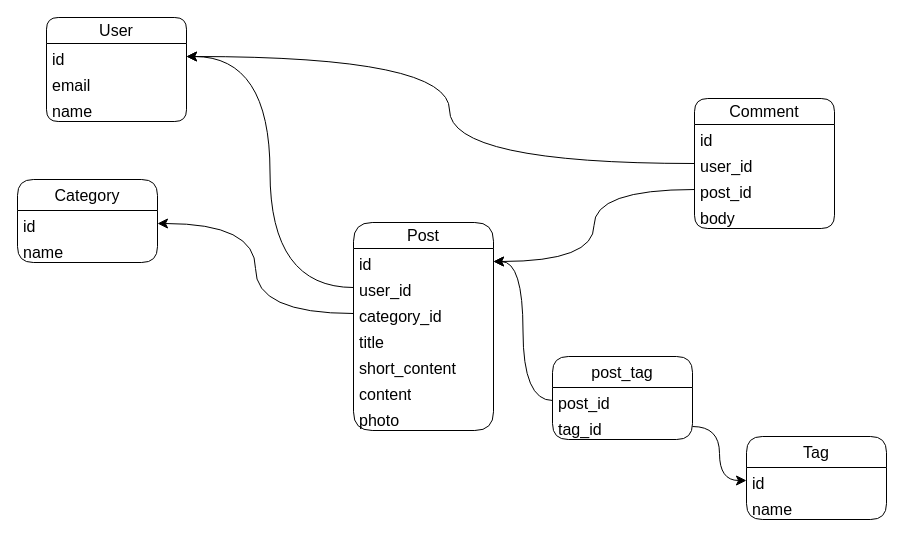
Earlier version of the draw.io diagram Untitled Diagram.drawio (yoldoshov2002/laravel-course). Source tidied: cells renumbered, new cells numbered last; positions are measured from the earlier drawing's top-left corner, leaving out a move shared by most shapes. Both pictures are drawn from the tidied source at 100%, with x=0, y=0 at pixel (17, 17).
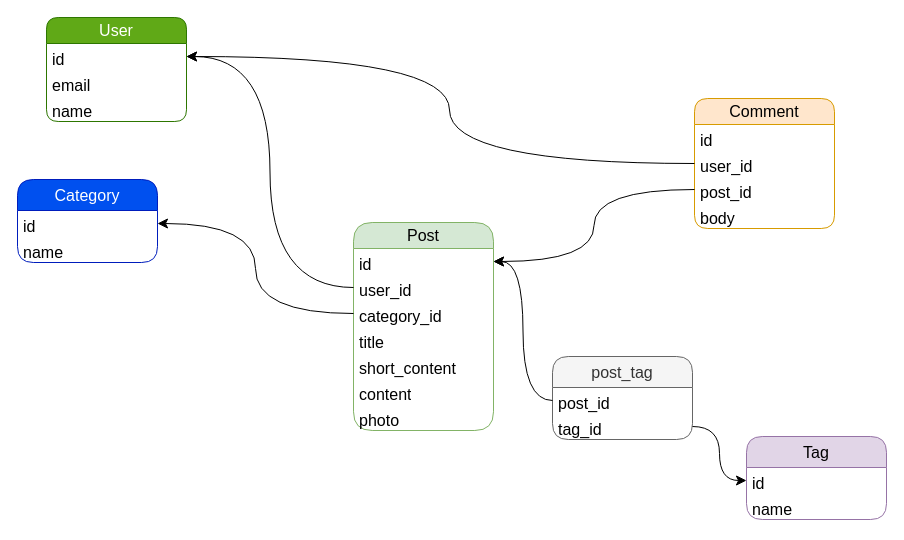
The same diagram, later.

Commit message:
background color diagrams

The edit, as a diff of the source:
```diff
@@
-    <mxCell id="2" value="User" style="swimlane;fontStyle=0;horizontal=1;startSize=26;fillColor=none;whiteSpace=wrap;html=1;fontSize=16;rounded=1;" parent="1" vertex="1">
+    <mxCell id="2" value="User" style="swimlane;fontStyle=0;horizontal=1;startSize=26;fillColor=#60a917;whiteSpace=wrap;html=1;fontSize=16;rounded=1;fontColor=#ffffff;strokeColor=#2D7600;" parent="1" vertex="1">
       <mxGeometry x="29" width="140" height="104" as="geometry" />
     </mxCell>
@@
-    <mxCell id="6" value="Post" style="swimlane;fontStyle=0;horizontal=1;startSize=26;fillColor=none;whiteSpace=wrap;html=1;fontSize=16;rounded=1;arcSize=24;" parent="1" vertex="1">
+    <mxCell id="6" value="Post" style="swimlane;fontStyle=0;horizontal=1;startSize=26;fillColor=#d5e8d4;whiteSpace=wrap;html=1;fontSize=16;rounded=1;arcSize=24;strokeColor=#82b366;gradientColor=none;" parent="1" vertex="1">
       <mxGeometry x="336" y="205" width="140" height="208" as="geometry" />
     </mxCell>
@@
-    <mxCell id="14" value="Comment" style="swimlane;fontStyle=0;horizontal=1;startSize=26;fillColor=none;whiteSpace=wrap;html=1;fontSize=16;rounded=1;arcSize=17;" parent="1" vertex="1">
+    <mxCell id="14" value="Comment" style="swimlane;fontStyle=0;horizontal=1;startSize=26;fillColor=#ffe6cc;whiteSpace=wrap;html=1;fontSize=16;rounded=1;arcSize=17;strokeColor=#d79b00;" parent="1" vertex="1">
       <mxGeometry x="677" y="81" width="140" height="130" as="geometry" />
     </mxCell>
@@
-    <mxCell id="22" value="Category" style="swimlane;fontStyle=0;horizontal=1;startSize=31;fillColor=none;whiteSpace=wrap;html=1;fontSize=16;rounded=1;arcSize=17;" parent="1" vertex="1">
+    <mxCell id="22" value="Category" style="swimlane;fontStyle=0;horizontal=1;startSize=31;fillColor=#0050ef;whiteSpace=wrap;html=1;fontSize=16;rounded=1;arcSize=17;fontColor=#ffffff;strokeColor=#001DBC;" parent="1" vertex="1">
       <mxGeometry y="162" width="140" height="83" as="geometry" />
     </mxCell>
@@
-    <mxCell id="26" value="Tag" style="swimlane;fontStyle=0;horizontal=1;startSize=31;fillColor=none;whiteSpace=wrap;html=1;fontSize=16;rounded=1;arcSize=17;" parent="1" vertex="1">
+    <mxCell id="26" value="Tag" style="swimlane;fontStyle=0;horizontal=1;startSize=31;fillColor=#e1d5e7;whiteSpace=wrap;html=1;fontSize=16;rounded=1;arcSize=17;strokeColor=#9673a6;" parent="1" vertex="1">
       <mxGeometry x="729" y="419" width="140" height="83" as="geometry" />
     </mxCell>
@@
-    <mxCell id="29" value="post_tag" style="swimlane;fontStyle=0;horizontal=1;startSize=31;fillColor=none;whiteSpace=wrap;html=1;fontSize=16;rounded=1;arcSize=17;" parent="1" vertex="1">
+    <mxCell id="29" value="post_tag" style="swimlane;fontStyle=0;horizontal=1;startSize=31;fillColor=#f5f5f5;whiteSpace=wrap;html=1;fontSize=16;rounded=1;arcSize=17;fontColor=#333333;strokeColor=#666666;" parent="1" vertex="1">
       <mxGeometry x="535" y="339" width="140" height="83" as="geometry" />
     </mxCell>
```
